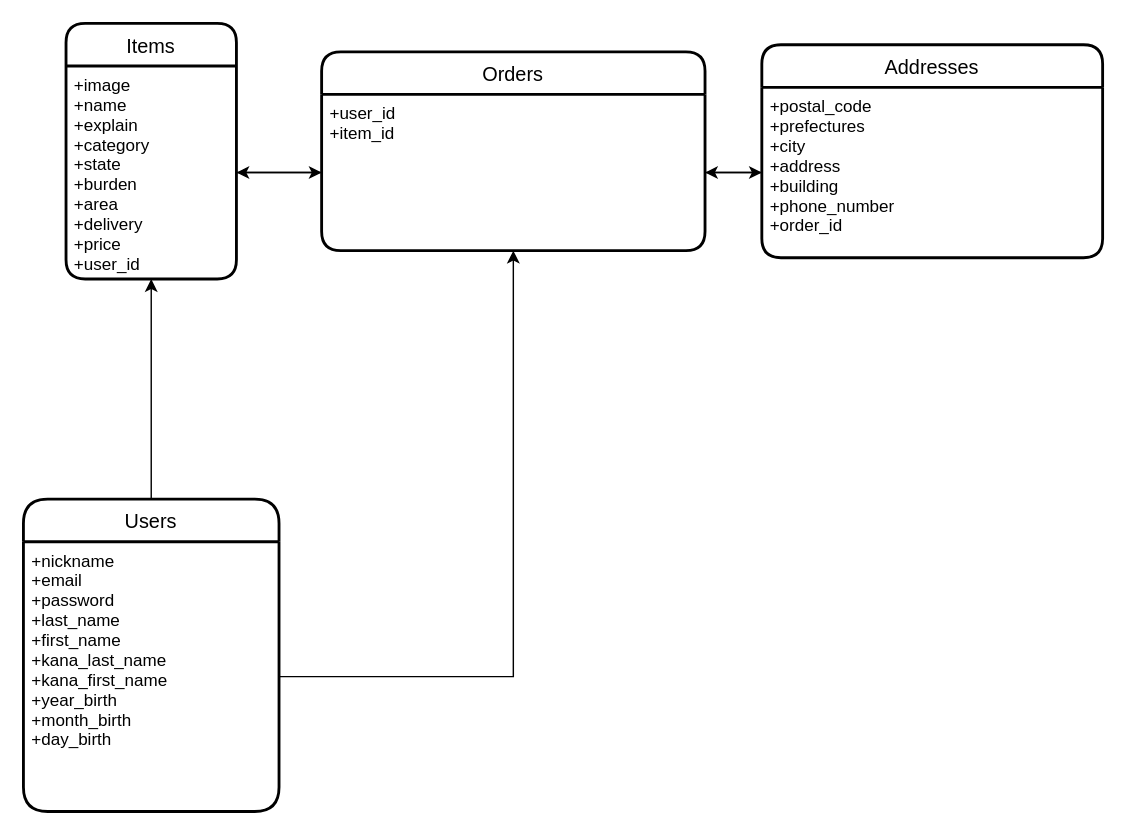
The draw.io diagram ER .dio in zuca2682/furima-33475, before the edit. Source tidied: cells renumbered, new cells numbered last; positions are measured from the earlier drawing's top-left corner, leaving out a move shared by most shapes. Both pictures are drawn from the tidied source at 142%, with x=0, y=0 at pixel (23, 23).
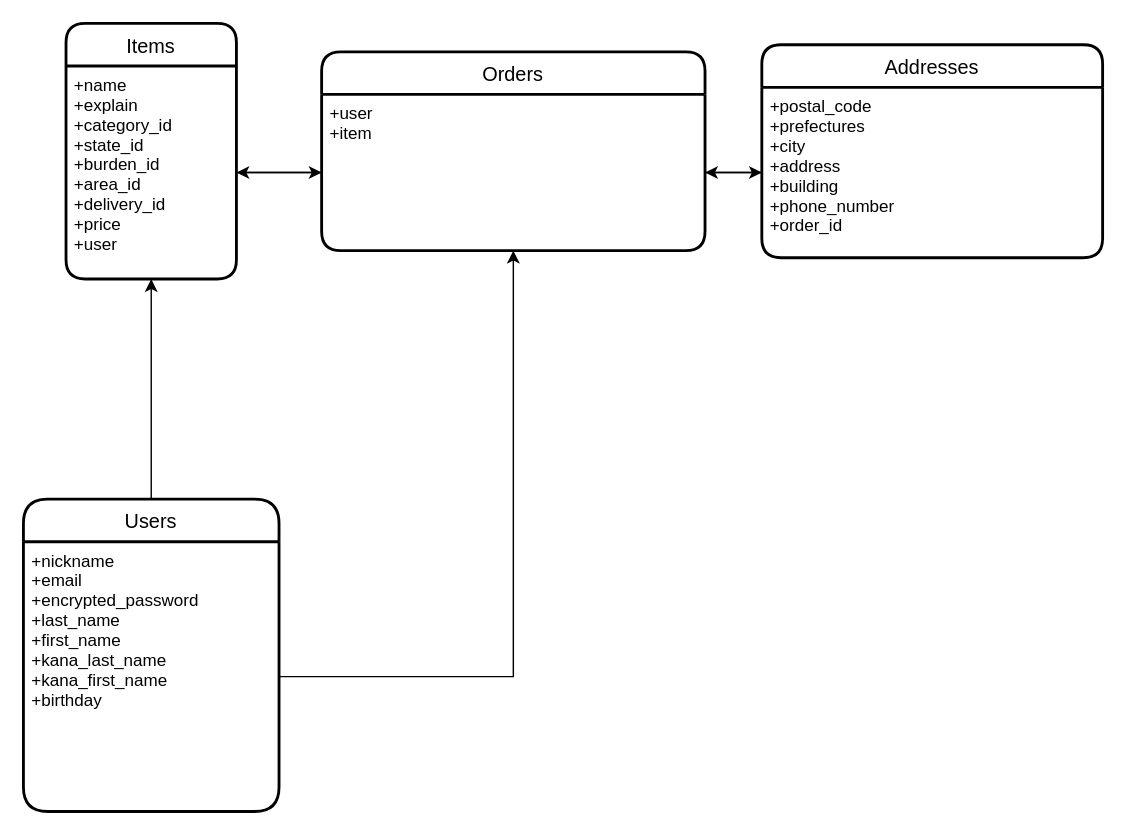
After the change.

Commit message (it also covers changes not shown here):
ER図、README修正

The edit, as a diff of the source:
```diff
@@
 <mxGraphModel>
   <root>
     <mxCell id="0" />
     <mxCell id="1" parent="0" />
     <mxCell id="2" style="edgeStyle=orthogonalEdgeStyle;rounded=0;jettySize=auto;html=1;entryX=0.5;entryY=1;entryDx=0;entryDy=0;" parent="1" edge="1" source="3" target="6">
       <mxGeometry relative="1" as="geometry" />
     </mxCell>
     <mxCell id="3" value="Users" style="swimlane;horizontal=1;startSize=30;rounded=1;fontSize=14;fontStyle=0;strokeWidth=2;shadow=0;dashed=0;align=center;arcSize=19;" parent="1" vertex="1">
       <mxGeometry y="335" width="180" height="220" as="geometry" />
     </mxCell>
-    <mxCell id="4" value="+nickname&#10;+email&#10;+password&#10;+last_name&#10;+first_name&#10;+kana_last_name&#10;+kana_first_name&#10;+year_birth&#10;+month_birth&#10;+day_birth" style="align=left;strokeColor=none;fillColor=none;spacingLeft=4;fontSize=12;verticalAlign=top;" parent="3" vertex="1">
+    <mxCell id="4" value="+nickname&#10;+email&#10;+encrypted_password&#10;+last_name&#10;+first_name&#10;+kana_last_name&#10;+kana_first_name&#10;+birthday" style="align=left;strokeColor=none;fillColor=none;spacingLeft=4;fontSize=12;verticalAlign=top;" parent="3" vertex="1">
       <mxGeometry y="30" width="180" height="190" as="geometry" />
     </mxCell>
     <mxCell id="5" value="Items" style="swimlane;horizontal=1;startSize=30;rounded=1;fontSize=14;fontStyle=0;strokeWidth=2;shadow=0;dashed=0;align=center;" parent="1" vertex="1">
       <mxGeometry x="30" width="120" height="180" as="geometry" />
     </mxCell>
-    <mxCell id="6" value="+image&#10;+name&#10;+explain&#10;+category&#10;+state&#10;+burden&#10;+area&#10;+delivery&#10;+price&#10;+user_id" style="align=left;strokeColor=none;fillColor=none;spacingLeft=4;fontSize=12;verticalAlign=top;" parent="5" vertex="1">
+    <mxCell id="6" value="+name&#10;+explain&#10;+category_id&#10;+state_id&#10;+burden_id&#10;+area_id&#10;+delivery_id&#10;+price&#10;+user" style="align=left;strokeColor=none;fillColor=none;spacingLeft=4;fontSize=12;verticalAlign=top;" parent="5" vertex="1">
       <mxGeometry y="30" width="120" height="150" as="geometry" />
     </mxCell>
     <mxCell id="7" value="Orders" style="swimlane;horizontal=1;startSize=30;rounded=1;fontSize=14;fontStyle=0;strokeWidth=2;shadow=0;dashed=0;align=center;" parent="1" vertex="1">
       <mxGeometry x="210" y="20" width="270" height="140" as="geometry" />
     </mxCell>
-    <mxCell id="8" value="+user_id&#10;+item_id" style="align=left;strokeColor=none;fillColor=none;spacingLeft=4;fontSize=12;verticalAlign=top;" parent="7" vertex="1">
+    <mxCell id="8" value="+user&#10;+item" style="align=left;strokeColor=none;fillColor=none;spacingLeft=4;fontSize=12;verticalAlign=top;" parent="7" vertex="1">
       <mxGeometry y="30" width="270" height="110" as="geometry" />
     </mxCell>
     <mxCell id="9" value="Addresses" style="swimlane;horizontal=1;startSize=30;rounded=1;fontSize=14;fontStyle=0;strokeWidth=2;shadow=0;dashed=0;align=center;" parent="1" vertex="1">
       <mxGeometry x="520" y="15" width="240" height="150" as="geometry" />
     </mxCell>
     <mxCell id="10" value="+postal_code&#10;+prefectures&#10;+city&#10;+address&#10;+building&#10;+phone_number&#10;+order_id" style="align=left;strokeColor=none;fillColor=none;spacingLeft=4;fontSize=12;verticalAlign=top;" parent="9" vertex="1">
       <mxGeometry y="30" width="240" height="120" as="geometry" />
     </mxCell>
     <mxCell id="11" style="edgeStyle=orthogonalEdgeStyle;rounded=0;jettySize=auto;html=1;entryX=0.5;entryY=1;entryDx=0;entryDy=0;" parent="1" edge="1" source="4" target="8">
       <mxGeometry relative="1" as="geometry" />
     </mxCell>
     <mxCell id="12" style="edgeStyle=orthogonalEdgeStyle;rounded=0;jettySize=auto;html=1;entryX=0;entryY=0.5;entryDx=0;entryDy=0;" parent="1" edge="1" source="6" target="8">
       <mxGeometry relative="1" as="geometry" />
     </mxCell>
     <mxCell id="13" style="edgeStyle=orthogonalEdgeStyle;rounded=0;jettySize=auto;html=1;entryX=1;entryY=0.5;entryDx=0;entryDy=0;" parent="1" edge="1" source="8" target="6">
       <mxGeometry relative="1" as="geometry" />
     </mxCell>
     <mxCell id="14" style="edgeStyle=orthogonalEdgeStyle;rounded=0;jettySize=auto;html=1;entryX=1;entryY=0.5;entryDx=0;entryDy=0;" parent="1" edge="1" source="10" target="8">
       <mxGeometry relative="1" as="geometry" />
     </mxCell>
     <mxCell id="15" style="edgeStyle=orthogonalEdgeStyle;rounded=0;jettySize=auto;html=1;entryX=0;entryY=0.5;entryDx=0;entryDy=0;" parent="1" edge="1" source="8" target="10">
       <mxGeometry relative="1" as="geometry" />
     </mxCell>
   </root>
 </mxGraphModel>
```
